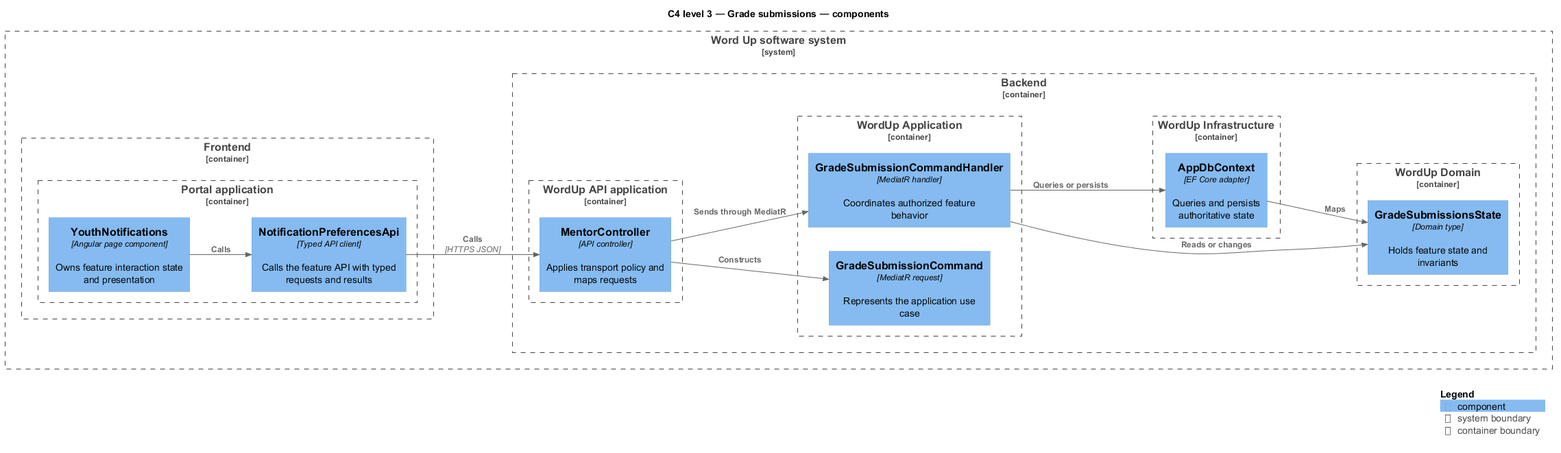
Earlier version of the PlantUML export docs/detailed-designs/mentoring/grade-submissions/diagrams/c4-component.png (QuinntyneBrown/waypoint).
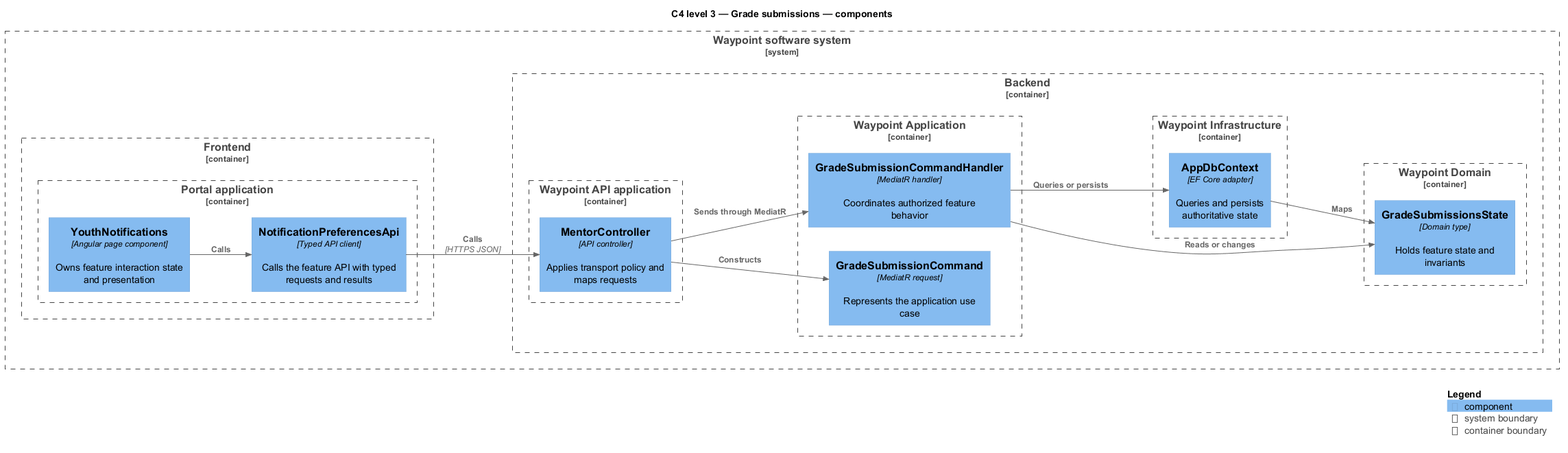
Above is the later version.

The edit, as a diff of the source:
```diff
@@ -2,7 +2,7 @@
 !include <C4/C4_Component>
 LAYOUT_LEFT_RIGHT()
 title C4 level 3 — Grade submissions — components
-System_Boundary(wordup, "Word Up software system") {
+System_Boundary(waypoint, "Waypoint software system") {
   Container_Boundary(frontend, "Frontend") {
     Container_Boundary(frontend_app, "Portal application") {
       Component(page, "YouthNotifications", "Angular page component", "Owns feature interaction state and presentation")
@@ -10,17 +10,17 @@
     }
   }
   Container_Boundary(backend, "Backend") {
-    Container_Boundary(api_app, "WordUp API application") {
+    Container_Boundary(api_app, "Waypoint API application") {
       Component(controller, "MentorController", "API controller", "Applies transport policy and maps requests")
     }
-    Container_Boundary(application, "WordUp Application") {
+    Container_Boundary(application, "Waypoint Application") {
       Component(request, "GradeSubmissionCommand", "MediatR request", "Represents the application use case")
       Component(handler, "GradeSubmissionCommandHandler", "MediatR handler", "Coordinates authorized feature behavior")
     }
-    Container_Boundary(domain, "WordUp Domain") {
+    Container_Boundary(domain, "Waypoint Domain") {
       Component(entity, "GradeSubmissionsState", "Domain type", "Holds feature state and invariants")
     }
-    Container_Boundary(infrastructure, "WordUp Infrastructure") {
+    Container_Boundary(infrastructure, "Waypoint Infrastructure") {
       Component(persistence, "AppDbContext", "EF Core adapter", "Queries and persists authoritative state")
     }
   }
```
